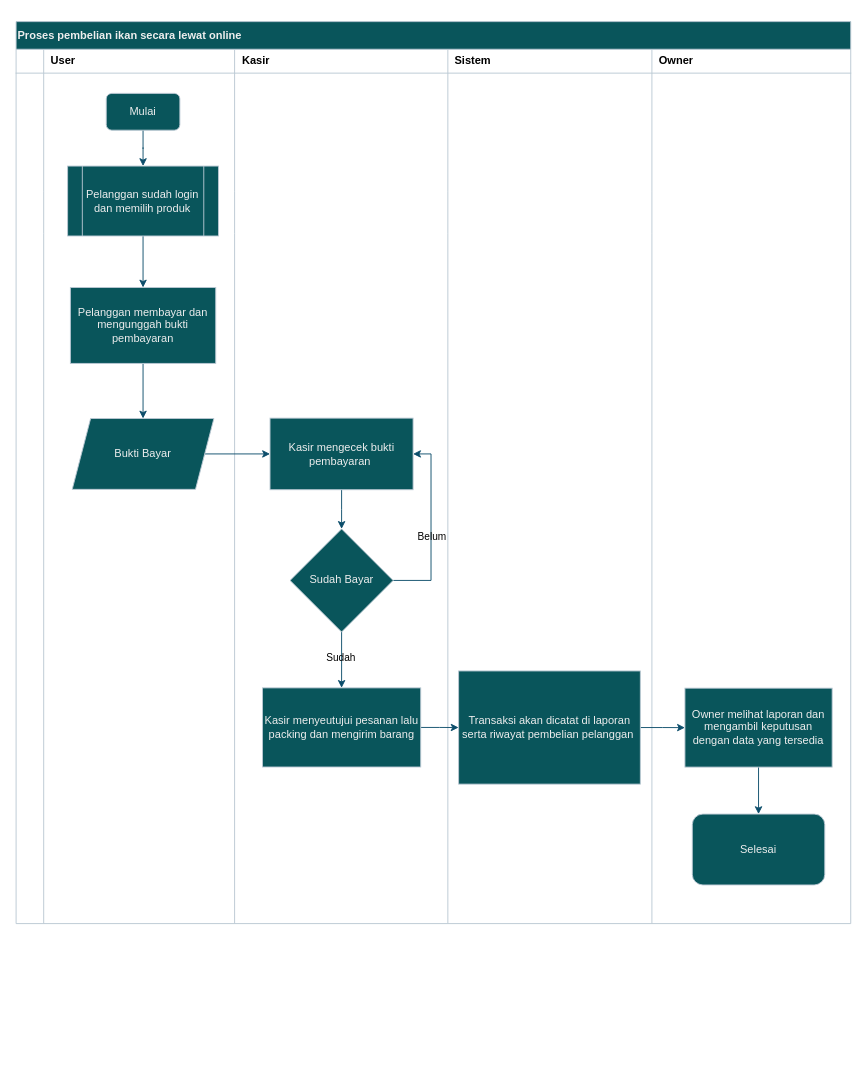
This is beli onlien.drawio from shinoaaa/drawio, a draw.io file, before an edit. Source tidied: cells renumbered, new cells numbered last; positions are measured from the earlier drawing's top-left corner, leaving out a move shared by most shapes. Both pictures are drawn from the tidied source at 92%, with x=0, y=0 at pixel (16, 21).
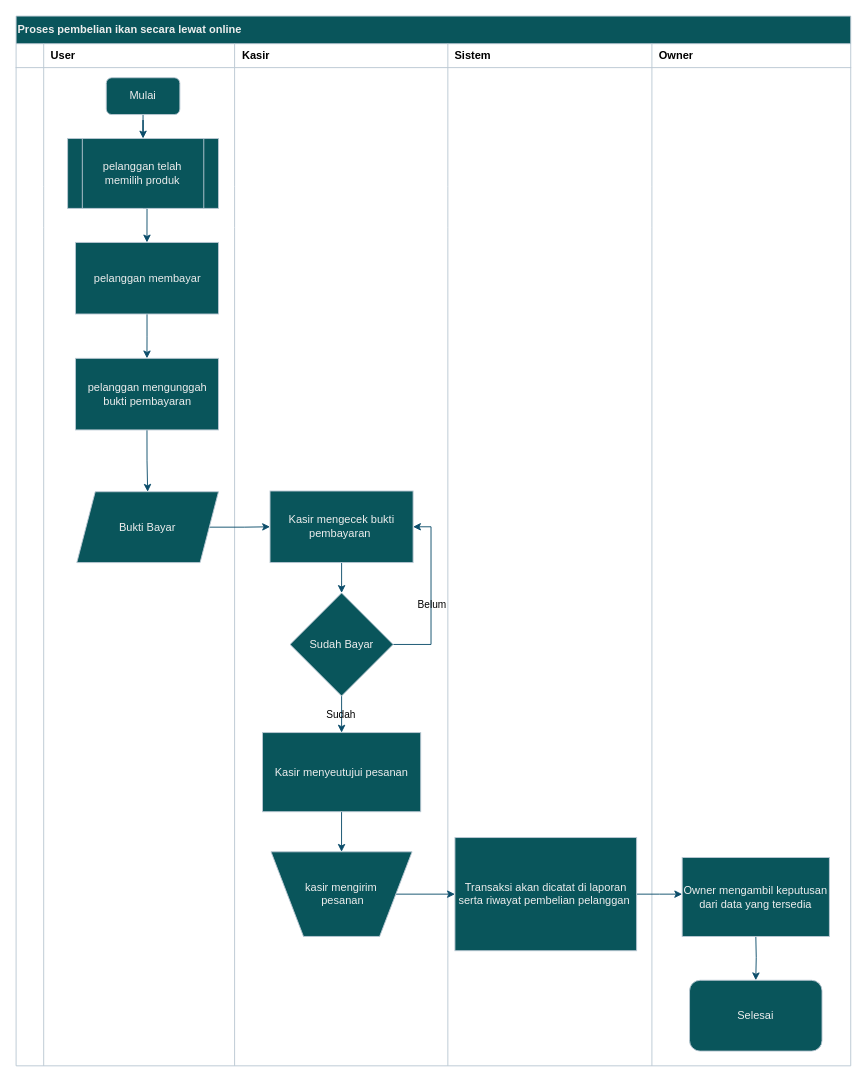
Above is the later version.

Change to the diagram source:
```diff
@@
     <mxCell id="2" value="Proses pembelian ikan secara lewat online" style="shape=table;startSize=30;childLayout=tableLayout;rowLines=0;fontStyle=1;align=left;html=1;strokeColor=#BAC8D3;fontColor=#EEEEEE;fillColor=#09555B;labelBackgroundColor=none;" parent="1" vertex="1">
-      <mxGeometry width="907.2" height="980.4" as="geometry" />
+      <mxGeometry y="-6" width="907.2" height="1141" as="geometry" />
     </mxCell>
@@
     <mxCell id="21" style="shape=tableRow;horizontal=0;startSize=0;swimlaneHead=0;swimlaneBody=0;fillColor=none;top=0;left=0;right=0;bottom=0;strokeColor=#BAC8D3;fontColor=#EEEEEE;labelBackgroundColor=none;" parent="2" vertex="1">
-      <mxGeometry y="230" width="907.2" height="750" as="geometry" />
+      <mxGeometry y="230" width="907.2" height="911" as="geometry" />
     </mxCell>
     <mxCell id="22" style="shape=partialRectangle;fillColor=none;top=0;left=0;bottom=0;right=0;overflow=hidden;whiteSpace=wrap;html=1;strokeColor=#BAC8D3;fontColor=#EEEEEE;labelBackgroundColor=none;" parent="21" vertex="1">
-      <mxGeometry width="30" height="750" as="geometry" />
+      <mxGeometry width="30" height="911" as="geometry" />
     </mxCell>
     <mxCell id="23" style="shape=partialRectangle;fillColor=none;top=0;left=0;bottom=0;right=0;align=left;spacingLeft=6;overflow=hidden;whiteSpace=wrap;html=1;strokeColor=#BAC8D3;fontColor=#EEEEEE;labelBackgroundColor=none;" parent="21" vertex="1">
-      <mxGeometry x="30" width="207.5" height="750" as="geometry" />
+      <mxGeometry x="30" width="207.5" height="911" as="geometry" />
     </mxCell>
     <mxCell id="24" style="shape=partialRectangle;fillColor=none;top=0;left=0;bottom=0;right=0;align=left;spacingLeft=6;overflow=hidden;whiteSpace=wrap;html=1;strokeColor=#BAC8D3;fontColor=#EEEEEE;labelBackgroundColor=none;" parent="21" vertex="1">
-      <mxGeometry x="237.5" width="231.8" height="750" as="geometry" />
+      <mxGeometry x="237.5" width="231.8" height="911" as="geometry" />
     </mxCell>
     <mxCell id="25" style="shape=partialRectangle;fillColor=none;top=0;left=0;bottom=0;right=0;align=left;spacingLeft=6;overflow=hidden;whiteSpace=wrap;html=1;strokeColor=#BAC8D3;fontColor=#EEEEEE;labelBackgroundColor=none;" parent="21" vertex="1">
-      <mxGeometry x="469.4" width="221.8" height="750" as="geometry" />
+      <mxGeometry x="469.4" width="221.8" height="911" as="geometry" />
     </mxCell>
     <mxCell id="26" style="shape=partialRectangle;fillColor=none;top=0;left=0;bottom=0;right=0;align=left;spacingLeft=6;overflow=hidden;whiteSpace=wrap;html=1;strokeColor=#BAC8D3;fontColor=#EEEEEE;labelBackgroundColor=none;" parent="21" vertex="1">
-      <mxGeometry x="691.2" width="216.1" height="750" as="geometry" />
+      <mxGeometry x="691.2" width="216.1" height="911" as="geometry" />
     </mxCell>
-    <mxCell id="27" style="edgeStyle=orthogonalEdgeStyle;rounded=0;jettySize=auto;html=1;strokeColor=#0B4D6A;entryX=0.5;entryY=0;entryDx=0;entryDy=0;" parent="1" edge="1" source="28" target="48">
+    <mxCell id="27" style="edgeStyle=orthogonalEdgeStyle;rounded=0;jettySize=auto;html=1;strokeColor=#0B4D6A;entryX=0.5;entryY=0;entryDx=0;entryDy=0;labelBackgroundColor=none;fontColor=default;" parent="1" edge="1" source="28" target="48">
       <mxGeometry relative="1" as="geometry" />
     </mxCell>
     <mxCell id="28" value="&lt;font&gt;Mulai&lt;/font&gt;" style="rounded=1;whiteSpace=wrap;html=1;fillColor=#09555B;fontColor=#EEEEEE;strokeColor=#BAC8D3;labelBackgroundColor=none;" parent="1" vertex="1">
-      <mxGeometry x="98" y="78" width="80" height="40" as="geometry" />
+      <mxGeometry x="98" y="61" width="80" height="40" as="geometry" />
     </mxCell>
-    <mxCell id="29" style="edgeStyle=orthogonalEdgeStyle;rounded=0;jettySize=auto;html=1;entryX=0.5;entryY=0;entryDx=0;entryDy=0;strokeColor=#0B4D6A;exitX=0.5;exitY=1;exitDx=0;exitDy=0;" parent="1" edge="1" source="48" target="31">
+    <mxCell id="29" style="edgeStyle=orthogonalEdgeStyle;rounded=0;jettySize=auto;html=1;entryX=0.5;entryY=0;entryDx=0;entryDy=0;strokeColor=#0B4D6A;exitX=0.5;exitY=1;exitDx=0;exitDy=0;labelBackgroundColor=none;fontColor=default;" parent="1" edge="1" source="48" target="53">
       <mxGeometry relative="1" as="geometry" />
     </mxCell>
-    <mxCell id="30" style="edgeStyle=orthogonalEdgeStyle;rounded=0;jettySize=auto;html=1;entryX=0.5;entryY=0;entryDx=0;entryDy=0;strokeColor=#0B4D6A;labelBackgroundColor=none;fontColor=default;" parent="1" edge="1" source="31" target="33">
+    <mxCell id="30" style="edgeStyle=orthogonalEdgeStyle;rounded=0;jettySize=auto;html=1;entryX=0.5;entryY=0;entryDx=0;entryDy=0;strokeColor=#0B4D6A;labelBackgroundColor=none;fontColor=default;exitX=0.5;exitY=1;exitDx=0;exitDy=0;" parent="1" edge="1" source="54" target="33">
       <mxGeometry relative="1" as="geometry" />
     </mxCell>
-    <mxCell id="31" value="Pelanggan membayar dan mengunggah bukti pembayaran" style="rounded=0;whiteSpace=wrap;html=1;strokeColor=#BAC8D3;fontColor=#EEEEEE;fillColor=#09555B;labelBackgroundColor=none;" parent="1" vertex="1">
-      <mxGeometry x="59" y="289" width="158" height="82.5" as="geometry" />
-    </mxCell>
@@
     <mxCell id="33" value="Bukti Bayar" style="shape=parallelogram;perimeter=parallelogramPerimeter;whiteSpace=wrap;html=1;fixedSize=1;strokeColor=#BAC8D3;fontColor=#EEEEEE;fillColor=#09555B;labelBackgroundColor=none;" parent="1" vertex="1">
-      <mxGeometry x="61" y="431.4" width="154" height="77" as="geometry" />
+      <mxGeometry x="66" y="511" width="154" height="77" as="geometry" />
     </mxCell>
@@
     <mxCell id="35" value="Kasir mengecek bukti pembayaran&amp;nbsp;" style="rounded=0;whiteSpace=wrap;html=1;strokeColor=#BAC8D3;fontColor=#EEEEEE;fillColor=#09555B;labelBackgroundColor=none;" parent="1" vertex="1">
-      <mxGeometry x="276" y="431" width="155.5" height="77.8" as="geometry" />
+      <mxGeometry x="276" y="510.2" width="155.5" height="77.8" as="geometry" />
     </mxCell>
     <mxCell id="36" style="edgeStyle=orthogonalEdgeStyle;rounded=0;jettySize=auto;html=1;entryX=1;entryY=0.5;entryDx=0;entryDy=0;strokeColor=#0B4D6A;labelBackgroundColor=none;fontColor=default;" parent="1" edge="1" source="40" target="35">
       <mxGeometry relative="1" as="geometry">
         <Array as="points">
-          <mxPoint x="451" y="607.4" />
-          <mxPoint x="451" y="469.4" />
+          <mxPoint x="451" y="677" />
+          <mxPoint x="451" y="549" />
         </Array>
       </mxGeometry>
     </mxCell>
@@
     <mxCell id="40" value="Sudah Bayar" style="rhombus;whiteSpace=wrap;html=1;strokeColor=#BAC8D3;fontColor=#EEEEEE;fillColor=#09555B;labelBackgroundColor=none;" parent="1" vertex="1">
-      <mxGeometry x="297.8" y="551.4" width="112" height="112" as="geometry" />
+      <mxGeometry x="297.8" y="621" width="112" height="112" as="geometry" />
     </mxCell>
-    <mxCell id="41" style="edgeStyle=orthogonalEdgeStyle;rounded=0;jettySize=auto;html=1;entryX=0;entryY=0.5;entryDx=0;entryDy=0;strokeColor=#0B4D6A;labelBackgroundColor=none;fontColor=default;" parent="1" edge="1" source="42" target="44">
-      <mxGeometry relative="1" as="geometry" />
-    </mxCell>
+    <mxCell id="49" style="edgeStyle=orthogonalEdgeStyle;rounded=0;jettySize=auto;html=1;entryX=0.5;entryY=0;entryDx=0;entryDy=0;strokeColor=#0B4D6A;" parent="1" edge="1" source="42" target="56">
+      <mxGeometry relative="1" as="geometry" />
+    </mxCell>
-    <mxCell id="42" value="Kasir menyeutujui pesanan lalu packing dan mengirim barang" style="rounded=0;whiteSpace=wrap;html=1;strokeColor=#BAC8D3;fontColor=#EEEEEE;fillColor=#09555B;labelBackgroundColor=none;" parent="1" vertex="1">
-      <mxGeometry x="267.8" y="724.2" width="172" height="86" as="geometry" />
+    <mxCell id="42" value="Kasir menyeutujui pesanan" style="rounded=0;whiteSpace=wrap;html=1;strokeColor=#BAC8D3;fontColor=#EEEEEE;fillColor=#09555B;labelBackgroundColor=none;" parent="1" vertex="1">
+      <mxGeometry x="267.8" y="772.8" width="172" height="86" as="geometry" />
     </mxCell>
-    <mxCell id="43" style="edgeStyle=orthogonalEdgeStyle;rounded=0;jettySize=auto;html=1;entryX=0;entryY=0.5;entryDx=0;entryDy=0;strokeColor=#0B4D6A;" parent="1" edge="1" source="44" target="46">
-      <mxGeometry relative="1" as="geometry" />
-    </mxCell>
+    <mxCell id="50" style="edgeStyle=orthogonalEdgeStyle;rounded=0;jettySize=auto;html=1;entryX=0;entryY=0.5;entryDx=0;entryDy=0;strokeColor=#0B4D6A;" parent="1" edge="1" source="44">
+      <mxGeometry relative="1" as="geometry">
+        <mxPoint x="724" y="948.4" as="targetPoint" />
+      </mxGeometry>
+    </mxCell>
     <mxCell id="44" value="Transaksi akan dicatat di laporan serta riwayat pembelian pelanggan&amp;nbsp;" style="rounded=0;whiteSpace=wrap;html=1;strokeColor=#BAC8D3;fontColor=#EEEEEE;fillColor=#09555B;labelBackgroundColor=none;" parent="1" vertex="1">
-      <mxGeometry x="481" y="705.8" width="197.5" height="123" as="geometry" />
+      <mxGeometry x="477" y="886.9" width="197.5" height="123" as="geometry" />
     </mxCell>
-    <mxCell id="45" style="edgeStyle=orthogonalEdgeStyle;rounded=0;jettySize=auto;html=1;entryX=0.5;entryY=0;entryDx=0;entryDy=0;strokeColor=#0B4D6A;labelBackgroundColor=none;fontColor=default;" parent="1" edge="1" source="46" target="47">
-      <mxGeometry relative="1" as="geometry" />
-    </mxCell>
-    <mxCell id="46" value="Owner melihat laporan dan mengambil keputusan dengan data yang tersedia" style="rounded=0;whiteSpace=wrap;html=1;strokeColor=#BAC8D3;fontColor=#EEEEEE;fillColor=#09555B;labelBackgroundColor=none;" parent="1" vertex="1">
-      <mxGeometry x="727" y="724.5" width="160" height="85.8" as="geometry" />
-    </mxCell>
+    <mxCell id="51" style="edgeStyle=orthogonalEdgeStyle;rounded=0;jettySize=auto;html=1;entryX=0.5;entryY=0;entryDx=0;entryDy=0;strokeColor=#0B4D6A;" parent="1" edge="1" target="47">
+      <mxGeometry relative="1" as="geometry">
+        <mxPoint x="804" y="991.3" as="sourcePoint" />
+      </mxGeometry>
+    </mxCell>
     <mxCell id="47" value="Selesai" style="rounded=1;whiteSpace=wrap;html=1;strokeColor=#BAC8D3;fontColor=#EEEEEE;fillColor=#09555B;labelBackgroundColor=none;" parent="1" vertex="1">
-      <mxGeometry x="735" y="861.4" width="144" height="77" as="geometry" />
+      <mxGeometry x="732" y="1042" width="144" height="77" as="geometry" />
     </mxCell>
-    <mxCell id="48" value="Pelanggan sudah login dan memilih produk" style="shape=process;whiteSpace=wrap;html=1;backgroundOutline=1;strokeColor=#BAC8D3;fontColor=#EEEEEE;fillColor=#09555B;" parent="1" vertex="1">
-      <mxGeometry x="56" y="157" width="164" height="76" as="geometry" />
+    <mxCell id="48" value="pelanggan telah memilih produk" style="shape=process;whiteSpace=wrap;html=1;backgroundOutline=1;strokeColor=#BAC8D3;fontColor=#EEEEEE;fillColor=#09555B;labelBackgroundColor=none;" parent="1" vertex="1">
+      <mxGeometry x="56" y="127" width="164" height="76" as="geometry" />
     </mxCell>
+    <mxCell id="52" style="edgeStyle=orthogonalEdgeStyle;rounded=0;jettySize=auto;html=1;entryX=0.5;entryY=0;entryDx=0;entryDy=0;labelBackgroundColor=none;strokeColor=#0B4D6A;fontColor=default;" parent="1" edge="1" source="53" target="54">
+      <mxGeometry relative="1" as="geometry" />
+    </mxCell>
+    <mxCell id="53" value="pelanggan membayar" style="rounded=0;whiteSpace=wrap;html=1;strokeColor=#BAC8D3;fontColor=#EEEEEE;fillColor=#09555B;labelBackgroundColor=none;" parent="1" vertex="1">
+      <mxGeometry x="64.5" y="240" width="155.5" height="77.8" as="geometry" />
+    </mxCell>
+    <mxCell id="54" value="pelanggan mengunggah bukti pembayaran" style="rounded=0;whiteSpace=wrap;html=1;strokeColor=#BAC8D3;fontColor=#EEEEEE;fillColor=#09555B;labelBackgroundColor=none;" parent="1" vertex="1">
+      <mxGeometry x="64.5" y="366" width="155.5" height="77.8" as="geometry" />
+    </mxCell>
+    <mxCell id="55" style="edgeStyle=orthogonalEdgeStyle;rounded=0;jettySize=auto;html=1;entryX=0;entryY=0.5;entryDx=0;entryDy=0;strokeColor=#0B4D6A;" parent="1" edge="1" source="56" target="44">
+      <mxGeometry relative="1" as="geometry" />
+    </mxCell>
+    <mxCell id="56" value="kasir mengirim&lt;div&gt;&amp;nbsp;pesanan&lt;/div&gt;" style="verticalLabelPosition=middle;verticalAlign=middle;html=1;shape=trapezoid;perimeter=trapezoidPerimeter;whiteSpace=wrap;size=0.23;arcSize=10;flipV=1;labelPosition=center;align=center;strokeColor=#BAC8D3;fontColor=#EEEEEE;fillColor=#09555B;" parent="1" vertex="1">
+      <mxGeometry x="277.1" y="902.4" width="153.3" height="92" as="geometry" />
+    </mxCell>
+    <mxCell id="57" value="Owner mengambil keputusan dari data yang tersedia" style="rounded=0;whiteSpace=wrap;html=1;strokeColor=#BAC8D3;fontColor=#EEEEEE;fillColor=#09555B;labelBackgroundColor=none;" parent="1" vertex="1">
+      <mxGeometry x="724" y="908.6" width="160" height="85.8" as="geometry" />
+    </mxCell>
```
